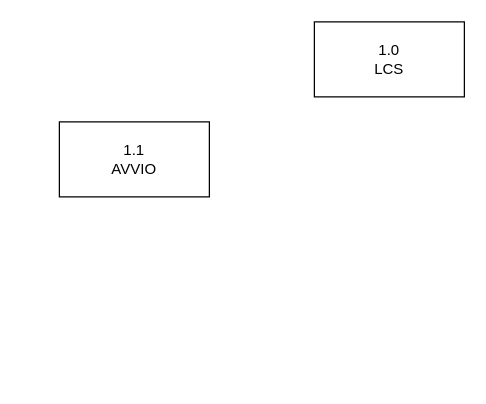
This is Diagramma senza titolo.drawio from Emanuele-Senis/gpoi-projects, a draw.io file, before an edit. Source tidied: cells renumbered, new cells numbered last; positions are measured from the earlier drawing's top-left corner, leaving out a move shared by most shapes. Both pictures are drawn from the tidied source at 125%, with x=0, y=0 at pixel (59, 21).
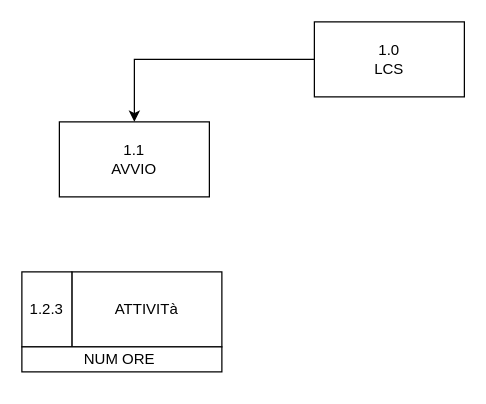
Above is the later version.

The edit, as a diff of the source:
```diff
@@
 <mxGraphModel>
   <root>
     <mxCell id="0" />
     <mxCell id="1" parent="0" />
+    <mxCell id="4" style="edgeStyle=orthogonalEdgeStyle;rounded=0;jettySize=auto;html=1;exitX=0;exitY=0.5;exitDx=0;exitDy=0;entryX=0.5;entryY=0;entryDx=0;entryDy=0;" parent="1" edge="1" source="2" target="3">
+      <mxGeometry relative="1" as="geometry" />
+    </mxCell>
     <mxCell id="2" value="1.0&lt;br&gt;LCS" style="rounded=0;whiteSpace=wrap;html=1;" parent="1" vertex="1">
       <mxGeometry x="204" width="120" height="60" as="geometry" />
     </mxCell>
     <mxCell id="3" value="1.1&lt;br&gt;AVVIO" style="rounded=0;whiteSpace=wrap;html=1;" parent="1" vertex="1">
       <mxGeometry y="80" width="120" height="60" as="geometry" />
     </mxCell>
+    <mxCell id="5" style="group;" parent="1" vertex="1">
+      <mxGeometry x="-30" y="200" width="160" height="80" as="geometry" />
+    </mxCell>
+    <mxCell id="6" value="ATTIVITà" style="rounded=0;whiteSpace=wrap;html=1;" parent="5" vertex="1">
+      <mxGeometry x="40" width="120" height="60" as="geometry" />
+    </mxCell>
+    <mxCell id="7" value="1.2.3" style="rounded=0;whiteSpace=wrap;html=1;" parent="5" vertex="1">
+      <mxGeometry width="40" height="60" as="geometry" />
+    </mxCell>
+    <mxCell id="8" value="NUM ORE&amp;nbsp;" style="rounded=0;whiteSpace=wrap;html=1;" parent="5" vertex="1">
+      <mxGeometry y="60" width="160" height="20" as="geometry" />
+    </mxCell>
+    <mxCell id="9" style="edgeStyle=orthogonalEdgeStyle;rounded=0;orthogonalLoop=1;jettySize=auto;html=1;exitX=0.5;exitY=1;exitDx=0;exitDy=0;" parent="5" edge="1" source="8" target="8">
+      <mxGeometry relative="1" as="geometry" />
+    </mxCell>
   </root>
 </mxGraphModel>
```
